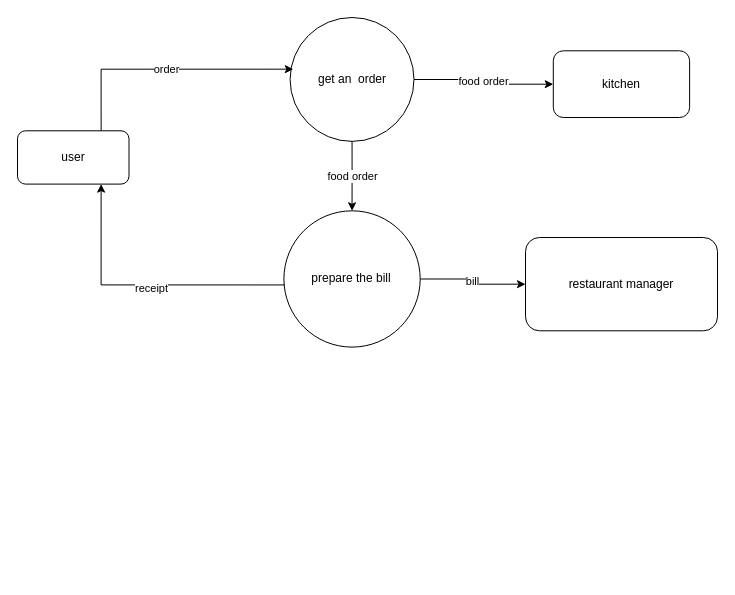
Earlier version of the draw.io diagram page "restaurant2" (4 of 6) of health.drawio (YeMyat144/DFD_ER). Source tidied: cells renumbered, new cells numbered last; positions are measured from the earlier drawing's top-left corner, leaving out a move shared by most shapes. Both pictures are drawn from the tidied source at 100%, with x=0, y=0 at pixel (17, 17).
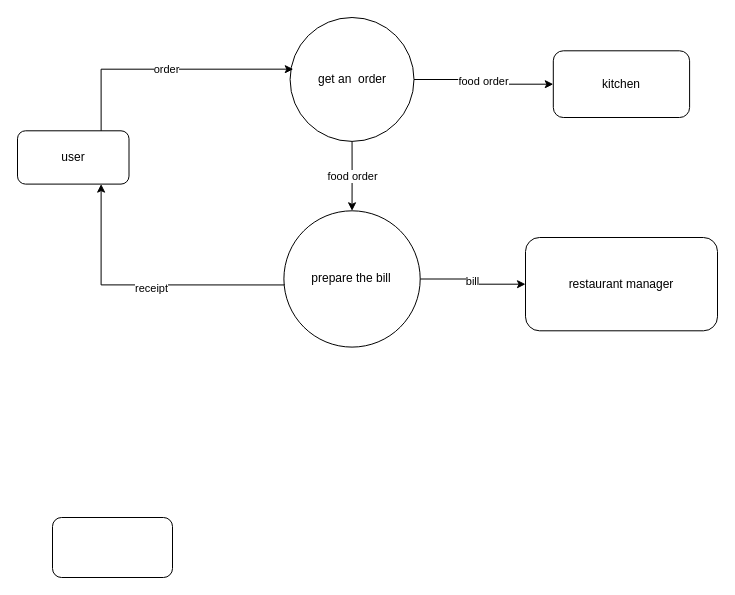
After the change.

Change to the diagram source:
```diff
@@
 <mxGraphModel>
   <root>
     <mxCell id="0" />
     <mxCell id="1" parent="0" />
     <mxCell id="2" style="group;" parent="1" vertex="1">
       <mxGeometry width="700" height="340" as="geometry" />
     </mxCell>
     <mxCell id="3" value="user" style="rounded=1;whiteSpace=wrap;html=1;" parent="2" vertex="1">
       <mxGeometry y="113.3" width="111.5" height="53.3" as="geometry" />
     </mxCell>
     <mxCell id="4" value="get an&amp;nbsp; order" style="ellipse;whiteSpace=wrap;html=1;" parent="2" vertex="1">
       <mxGeometry x="272.6" width="123.9" height="123.9" as="geometry" />
     </mxCell>
     <mxCell id="5" value="kitchen" style="rounded=1;whiteSpace=wrap;html=1;" parent="2" vertex="1">
       <mxGeometry x="535.8" y="33.3" width="136.3" height="66.7" as="geometry" />
     </mxCell>
     <mxCell id="6" value="food order" style="edgeStyle=orthogonalEdgeStyle;rounded=0;jettySize=auto;html=1;" parent="2" edge="1" source="4" target="5">
       <mxGeometry relative="1" as="geometry" />
     </mxCell>
     <mxCell id="7" value="restaurant manager" style="rounded=1;whiteSpace=wrap;html=1;" parent="2" vertex="1">
       <mxGeometry x="508" y="220" width="192" height="93.3" as="geometry" />
     </mxCell>
     <mxCell id="8" value="bill" style="edgeStyle=orthogonalEdgeStyle;rounded=0;jettySize=auto;html=1;" parent="2" edge="1" source="9" target="7">
       <mxGeometry relative="1" as="geometry" />
     </mxCell>
     <mxCell id="9" value="prepare the bill" style="ellipse;whiteSpace=wrap;html=1;" parent="2" vertex="1">
       <mxGeometry x="266.4" y="193.3" width="136.3" height="136.3" as="geometry" />
     </mxCell>
     <mxCell id="10" value="order" style="edgeStyle=orthogonalEdgeStyle;rounded=0;jettySize=auto;html=1;exitX=0.75;exitY=0;exitDx=0;exitDy=0;entryX=0.026;entryY=0.417;entryDx=0;entryDy=0;entryPerimeter=0;" parent="2" edge="1" source="3" target="4">
       <mxGeometry relative="1" as="geometry" />
     </mxCell>
     <mxCell id="11" value="food order" style="edgeStyle=orthogonalEdgeStyle;rounded=0;jettySize=auto;html=1;" parent="2" edge="1" source="4" target="9">
       <mxGeometry relative="1" as="geometry" />
     </mxCell>
     <mxCell id="12" style="edgeStyle=orthogonalEdgeStyle;rounded=0;jettySize=auto;html=1;exitX=0.75;exitY=1;exitDx=0;exitDy=0;entryX=0.007;entryY=0.544;entryDx=0;entryDy=0;entryPerimeter=0;startArrow=classic;startFill=1;endArrow=none;endFill=0;" parent="2" edge="1" source="3" target="9">
       <mxGeometry relative="1" as="geometry" />
     </mxCell>
     <mxCell id="13" value="receipt" style="edgeLabel;html=1;align=center;verticalAlign=middle;" parent="12" vertex="1">
       <mxGeometry x="0.06" y="-3" relative="1" as="geometry" />
     </mxCell>
+    <mxCell id="14" style="rounded=1;whiteSpace=wrap;html=1;" parent="1" vertex="1">
+      <mxGeometry x="35" y="500" width="120" height="60" as="geometry" />
+    </mxCell>
   </root>
 </mxGraphModel>
```
